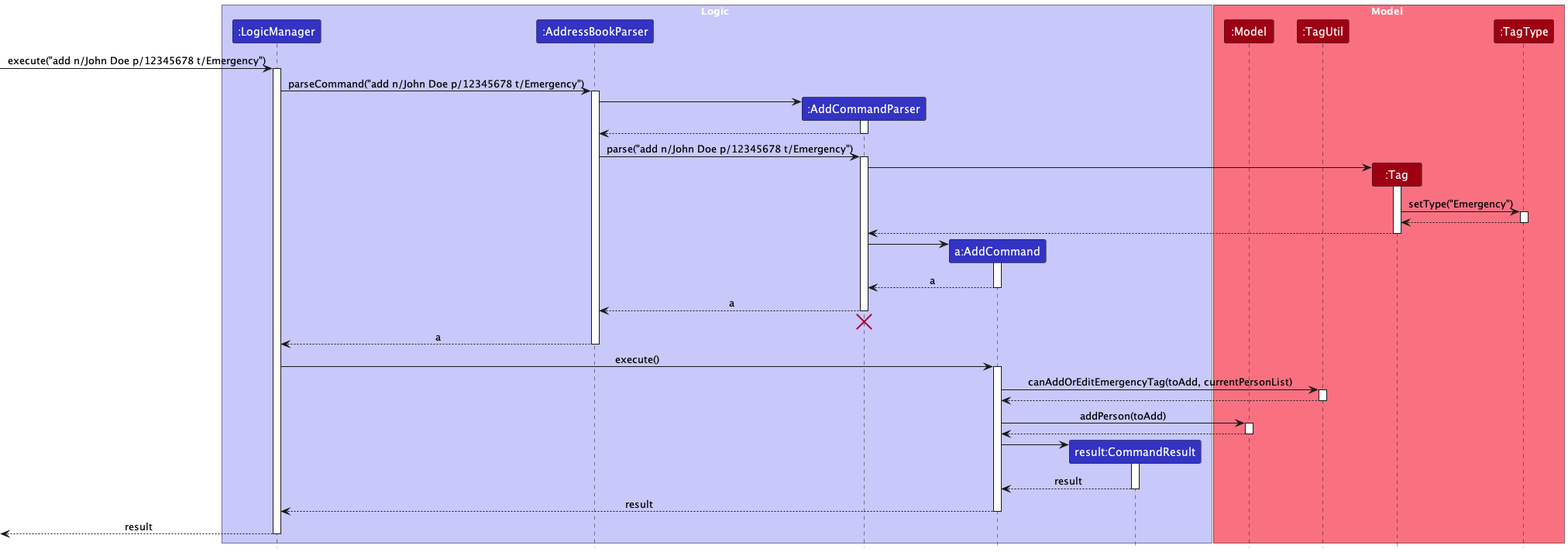
Before: docs/images/TagSequenceDiagram.png, a diagram exported from PlantUML (tanteckfang/tp).
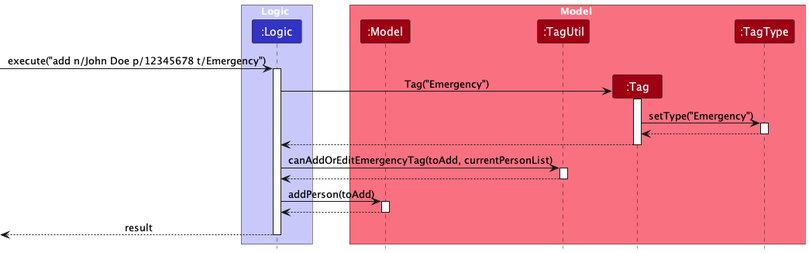
The same file after the commit.

Commit message:
edited sequence diagram in DG

Change to the diagram source:
```diff
@@ -3,11 +3,7 @@
 skinparam ArrowFontStyle plain
 
 box Logic LOGIC_COLOR_T1
-participant ":LogicManager" as LogicManager LOGIC_COLOR
-participant ":AddressBookParser" as AddressBookParser LOGIC_COLOR
-participant ":AddCommandParser" as AddCommandParser LOGIC_COLOR
-participant "a:AddCommand" as AddCommand LOGIC_COLOR
-participant "result:CommandResult" as CommandResult LOGIC_COLOR
+participant ":Logic" as Logic LOGIC_COLOR
 end box
 
 box Model MODEL_COLOR_T1
@@ -17,76 +13,30 @@
 participant ":TagType" as TagType MODEL_COLOR
 end box
 
-[-> LogicManager : execute("add n/John Doe p/12345678 t/Emergency")
-activate LogicManager
-
-LogicManager -> AddressBookParser : parseCommand("add n/John Doe p/12345678 t/Emergency")
-activate AddressBookParser
-
-create AddCommandParser
-AddressBookParser -> AddCommandParser
-activate AddCommandParser
-
-AddCommandParser --> AddressBookParser
-deactivate AddCommandParser
-
-AddressBookParser -> AddCommandParser : parse("add n/John Doe p/12345678 t/Emergency")
-activate AddCommandParser
-
-
+[-> Logic : execute("add n/John Doe p/12345678 t/Emergency")
+activate Logic
 create Tag
-AddCommandParser -> Tag
+Logic -> Tag : Tag("Emergency")
 activate Tag
 
 Tag -> TagType : setType("Emergency")
 activate TagType
-
 TagType --> Tag
 deactivate TagType
-
-Tag --> AddCommandParser
+Tag --> Logic
 deactivate Tag
 
-create AddCommand
-AddCommandParser -> AddCommand
-activate AddCommand
-
-AddCommand --> AddCommandParser : a
-deactivate AddCommand
-
-AddCommandParser --> AddressBookParser : a
-deactivate AddCommandParser
-AddCommandParser -[hidden]-> AddressBookParser
-destroy AddCommandParser
-
-AddressBookParser --> LogicManager : a
-deactivate AddressBookParser
-
-LogicManager -> AddCommand : execute()
-activate AddCommand
-
-AddCommand -> TagUtil : canAddOrEditEmergencyTag(toAdd, currentPersonList)
+Logic -> TagUtil : canAddOrEditEmergencyTag(toAdd, currentPersonList)
 activate TagUtil
-
-TagUtil --> AddCommand
+TagUtil --> Logic
 deactivate TagUtil
 
-AddCommand -> Model : addPerson(toAdd)
+Logic -> Model : addPerson(toAdd)
 activate Model
-
-Model --> AddCommand
+Model --> Logic
 deactivate Model
 
-create CommandResult
-AddCommand -> CommandResult
-activate CommandResult
+[<-- Logic :result
+deactivate Logic
 
-CommandResult --> AddCommand :result
-deactivate CommandResult
-
-AddCommand --> LogicManager : result
-deactivate AddCommand
-
-[<--LogicManager :result
-deactivate LogicManager
 @enduml
```
